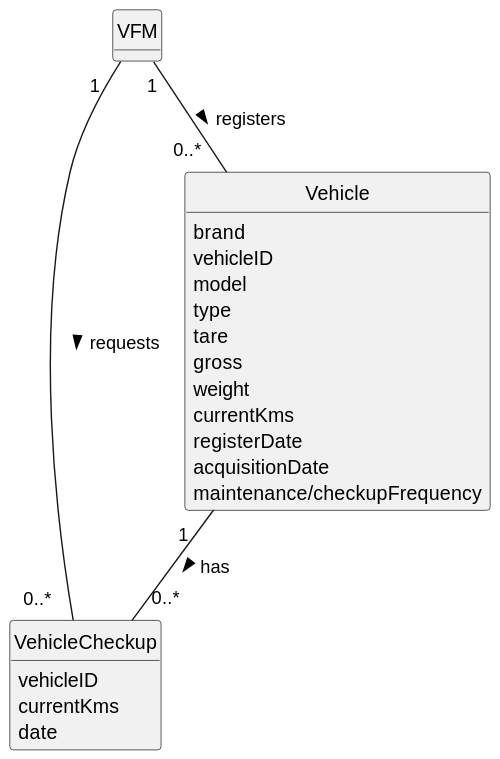
Earlier version of the PlantUML export docs/sprintA/us007/02.analysis/svg/us007-domain-model.svg (Departamento-de-Engenharia-Informatica/lei-24-s2-1do-g164).
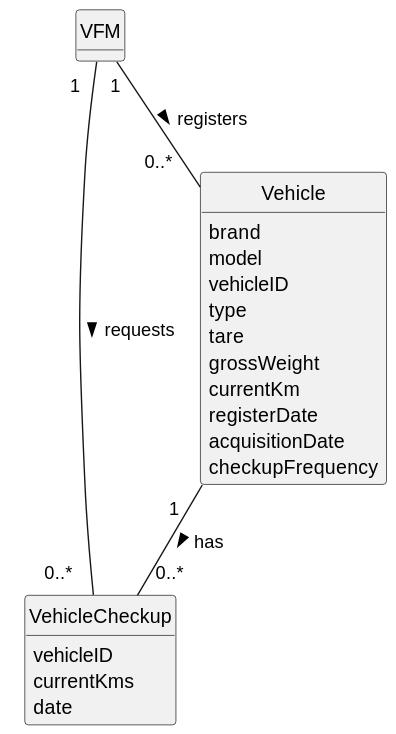
The same diagram one commit later.

What changed in the source:
```diff
@@ -22,17 +22,17 @@
 }
 
 class Vehicle {
-      brand
-      vehicleID
-      model
-      type
-      tare
-      gross
-      weight
-      currentKms
-      registerDate
-      acquisitionDate
-      maintenance/checkupFrequency
+
+        brand
+        model
+        vehicleID
+        type
+        tare
+        grossWeight
+        currentKm
+        registerDate
+        acquisitionDate
+        checkupFrequency
 }
 
 
```
